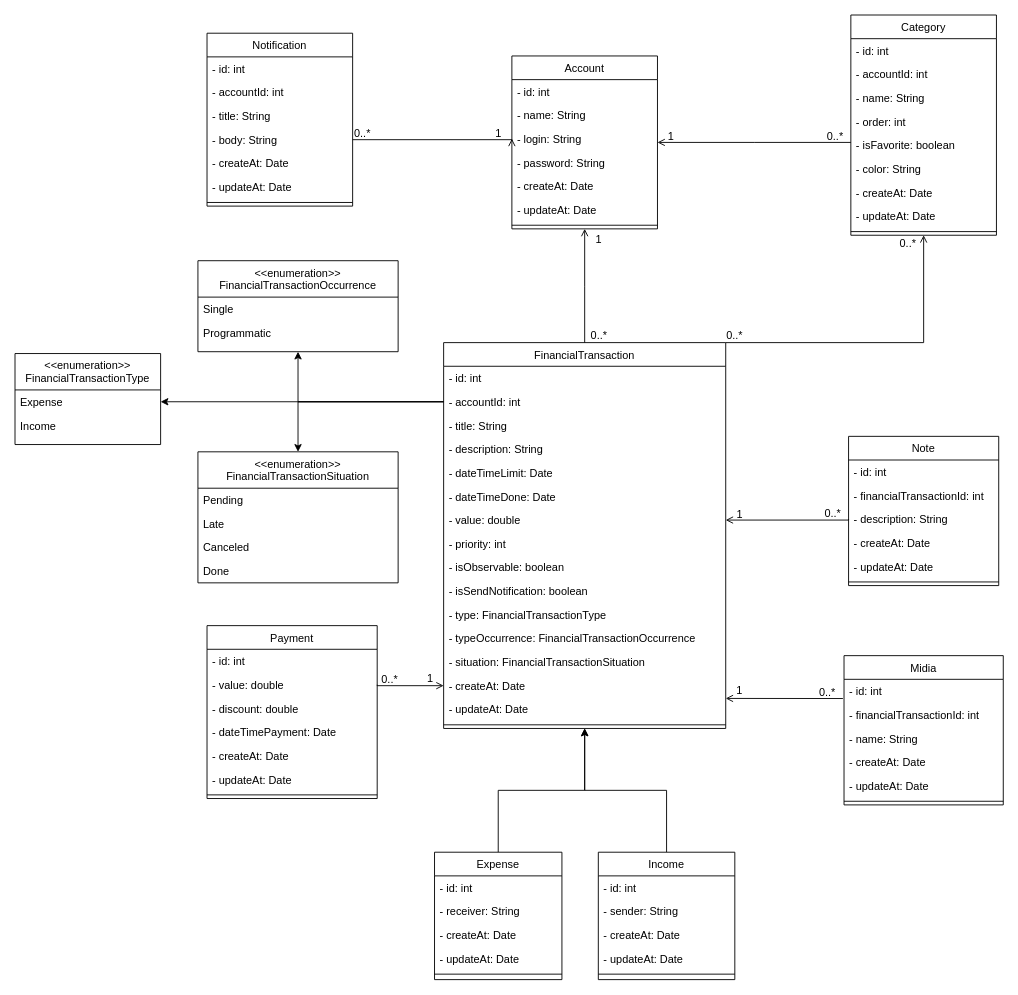
This is docs/class.diagram.drawio from Danrley-Ruan-Saquetti/esliph-finance, a draw.io file, before an edit. Source tidied: cells renumbered, new cells numbered last; positions are measured from the earlier drawing's top-left corner, leaving out a move shared by most shapes. Both pictures are drawn from the tidied source at 91%, with x=0, y=0 at pixel (15, 15).
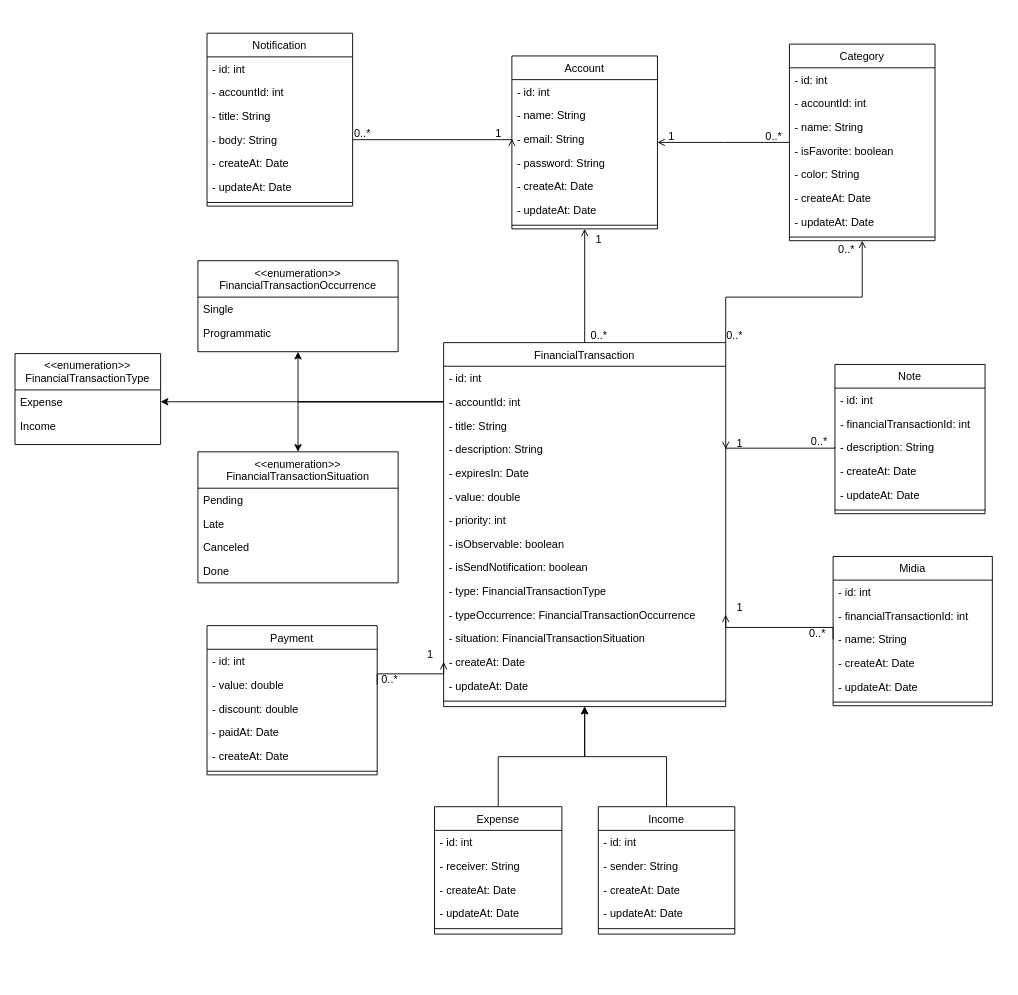
The same page after the edit.

The change refers to these unchanged cells:
```xml
<mxCell id="2" value="Account" style="swimlane;fontStyle=0;align=center;verticalAlign=top;horizontal=1;startSize=26;rounded=0;shadow=0;strokeWidth=1;" parent="1" vertex="1">
  <mxGeometry x="546" y="45" width="160" height="190" as="geometry" />
</mxCell>
<mxCell id="30" value="- description: String" style="text;align=left;verticalAlign=top;spacingLeft=4;spacingRight=4;overflow=hidden;points=[[0,0.5],[1,0.5]];portConstraint=eastwest;" parent="26" vertex="1">
  <mxGeometry y="104" width="310" height="26" as="geometry" />
</mxCell>
<mxCell id="76" value="- description: String" style="text;align=left;verticalAlign=top;spacingLeft=4;spacingRight=4;overflow=hidden;points=[[0,0.5],[1,0.5]];portConstraint=eastwest;" parent="73" vertex="1">
  <mxGeometry y="78" width="165" height="26" as="geometry" />
</mxCell>
<mxCell id="92" value="- id: int" style="text;align=left;verticalAlign=top;spacingLeft=4;spacingRight=4;overflow=hidden;points=[[0,0.5],[1,0.5]];portConstraint=eastwest;" parent="91" vertex="1">
  <mxGeometry y="26" width="175" height="26" as="geometry" />
</mxCell>
<mxCell id="94" value="- name: String" style="text;align=left;verticalAlign=top;spacingLeft=4;spacingRight=4;overflow=hidden;points=[[0,0.5],[1,0.5]];portConstraint=eastwest;" parent="91" vertex="1">
  <mxGeometry y="78" width="175" height="26" as="geometry" />
</mxCell>
```

The edit, as a diff of the source:
```diff
@@
-    <mxCell id="5" value="- login: String" style="text;align=left;verticalAlign=top;spacingLeft=4;spacingRight=4;overflow=hidden;points=[[0,0.5],[1,0.5]];portConstraint=eastwest;rounded=0;shadow=0;html=0;" parent="2" vertex="1">
+    <mxCell id="5" value="- email: String" style="text;align=left;verticalAlign=top;spacingLeft=4;spacingRight=4;overflow=hidden;points=[[0,0.5],[1,0.5]];portConstraint=eastwest;rounded=0;shadow=0;html=0;" parent="2" vertex="1">
       <mxGeometry y="78" width="160" height="26" as="geometry" />
     </mxCell>
@@
     <mxCell id="10" value="Category" style="swimlane;fontStyle=0;align=center;verticalAlign=top;horizontal=1;startSize=26;rounded=0;shadow=0;strokeWidth=1;" parent="1" vertex="1">
-      <mxGeometry x="918.5" width="160" height="242" as="geometry" />
+      <mxGeometry x="851" y="32" width="160" height="216" as="geometry" />
     </mxCell>
@@
-    <mxCell id="14" value="- order: int" style="text;align=left;verticalAlign=top;spacingLeft=4;spacingRight=4;overflow=hidden;" parent="10" vertex="1">
-      <mxGeometry y="104" width="160" height="26" as="geometry" />
-    </mxCell>
     <mxCell id="15" value="- isFavorite: boolean" style="text;align=left;verticalAlign=top;spacingLeft=4;spacingRight=4;overflow=hidden;" parent="10" vertex="1">
-      <mxGeometry y="130" width="160" height="26" as="geometry" />
+      <mxGeometry y="104" width="160" height="26" as="geometry" />
     </mxCell>
     <mxCell id="16" value="- color: String" style="text;align=left;verticalAlign=top;spacingLeft=4;spacingRight=4;overflow=hidden;" parent="10" vertex="1">
-      <mxGeometry y="156" width="160" height="26" as="geometry" />
+      <mxGeometry y="130" width="160" height="26" as="geometry" />
     </mxCell>
     <mxCell id="17" value="- createAt: Date" style="text;align=left;verticalAlign=top;spacingLeft=4;spacingRight=4;overflow=hidden;rounded=0;shadow=0;html=0;" parent="10" vertex="1">
-      <mxGeometry y="182" width="160" height="26" as="geometry" />
+      <mxGeometry y="156" width="160" height="26" as="geometry" />
     </mxCell>
     <mxCell id="18" value="- updateAt: Date" style="text;align=left;verticalAlign=top;spacingLeft=4;spacingRight=4;overflow=hidden;rounded=0;shadow=0;html=0;" parent="10" vertex="1">
-      <mxGeometry y="208" width="160" height="26" as="geometry" />
+      <mxGeometry y="182" width="160" height="26" as="geometry" />
     </mxCell>
     <mxCell id="19" style="line;html=1;strokeWidth=1;align=left;verticalAlign=middle;spacingTop=-1;spacingLeft=3;spacingRight=3;labelPosition=right;" parent="10" vertex="1">
-      <mxGeometry y="234" width="160" height="8" as="geometry" />
+      <mxGeometry y="208" width="160" height="8" as="geometry" />
     </mxCell>
@@
     <mxCell id="26" value="FinancialTransaction" style="swimlane;fontStyle=0;align=center;verticalAlign=top;horizontal=1;startSize=26;rounded=0;shadow=0;strokeWidth=1;" parent="1" vertex="1">
-      <mxGeometry x="471" y="360" width="310" height="424" as="geometry" />
+      <mxGeometry x="471" y="360" width="310" height="400" as="geometry" />
     </mxCell>
@@
-    <mxCell id="31" value="- dateTimeLimit: Date" style="text;align=left;verticalAlign=top;spacingLeft=4;spacingRight=4;overflow=hidden;" parent="26" vertex="1">
+    <mxCell id="31" value="- expiresIn: Date" style="text;align=left;verticalAlign=top;spacingLeft=4;spacingRight=4;overflow=hidden;" parent="26" vertex="1">
       <mxGeometry y="130" width="310" height="26" as="geometry" />
     </mxCell>
-    <mxCell id="32" value="- dateTimeDone: Date" style="text;align=left;verticalAlign=top;spacingLeft=4;spacingRight=4;overflow=hidden;" parent="26" vertex="1">
-      <mxGeometry y="156" width="310" height="26" as="geometry" />
-    </mxCell>
     <mxCell id="33" value="- value: double" style="text;align=left;verticalAlign=top;spacingLeft=4;spacingRight=4;overflow=hidden;points=[[0,0.5],[1,0.5]];portConstraint=eastwest;" parent="26" vertex="1">
-      <mxGeometry y="182" width="310" height="26" as="geometry" />
+      <mxGeometry y="156" width="310" height="26" as="geometry" />
     </mxCell>
     <mxCell id="34" value="- priority: int" style="text;align=left;verticalAlign=top;spacingLeft=4;spacingRight=4;overflow=hidden;" parent="26" vertex="1">
-      <mxGeometry y="208" width="310" height="26" as="geometry" />
+      <mxGeometry y="182" width="310" height="26" as="geometry" />
     </mxCell>
     <mxCell id="35" value="- isObservable: boolean" style="text;align=left;verticalAlign=top;spacingLeft=4;spacingRight=4;overflow=hidden;" parent="26" vertex="1">
-      <mxGeometry y="234" width="310" height="26" as="geometry" />
+      <mxGeometry y="208" width="310" height="26" as="geometry" />
     </mxCell>
     <mxCell id="36" value="- isSendNotification: boolean" style="text;align=left;verticalAlign=top;spacingLeft=4;spacingRight=4;overflow=hidden;" parent="26" vertex="1">
-      <mxGeometry y="260" width="310" height="26" as="geometry" />
+      <mxGeometry y="234" width="310" height="26" as="geometry" />
     </mxCell>
     <mxCell id="37" value="- type: FinancialTransactionType" style="text;align=left;verticalAlign=top;spacingLeft=4;spacingRight=4;overflow=hidden;" parent="26" vertex="1">
-      <mxGeometry y="286" width="310" height="26" as="geometry" />
+      <mxGeometry y="260" width="310" height="26" as="geometry" />
     </mxCell>
     <mxCell id="38" value="- typeOccurrence: FinancialTransactionOccurrence" style="text;align=left;verticalAlign=top;spacingLeft=4;spacingRight=4;overflow=hidden;points=[[0,0.5],[1,0.5]];portConstraint=eastwest;" parent="26" vertex="1">
-      <mxGeometry y="312" width="310" height="26" as="geometry" />
+      <mxGeometry y="286" width="310" height="26" as="geometry" />
     </mxCell>
     <mxCell id="39" value="- situation: FinancialTransactionSituation" style="text;align=left;verticalAlign=top;spacingLeft=4;spacingRight=4;overflow=hidden;" parent="26" vertex="1">
-      <mxGeometry y="338" width="310" height="26" as="geometry" />
+      <mxGeometry y="312" width="310" height="26" as="geometry" />
     </mxCell>
     <mxCell id="40" value="- createAt: Date" style="text;align=left;verticalAlign=top;spacingLeft=4;spacingRight=4;overflow=hidden;points=[[0,0.5],[1,0.5]];portConstraint=eastwest;rounded=0;shadow=0;html=0;" parent="26" vertex="1">
-      <mxGeometry y="364" width="310" height="26" as="geometry" />
+      <mxGeometry y="338" width="310" height="26" as="geometry" />
     </mxCell>
     <mxCell id="41" value="- updateAt: Date" style="text;align=left;verticalAlign=top;spacingLeft=4;spacingRight=4;overflow=hidden;rounded=0;shadow=0;html=0;" parent="26" vertex="1">
-      <mxGeometry y="390" width="310" height="26" as="geometry" />
+      <mxGeometry y="364" width="310" height="26" as="geometry" />
     </mxCell>
     <mxCell id="42" style="line;html=1;strokeWidth=1;align=left;verticalAlign=middle;spacingTop=-1;spacingLeft=3;spacingRight=3;labelPosition=right;" parent="26" vertex="1">
-      <mxGeometry y="416" width="310" height="8" as="geometry" />
+      <mxGeometry y="390" width="310" height="8" as="geometry" />
     </mxCell>
@@
     <mxCell id="55" value="Expense" style="swimlane;fontStyle=0;align=center;verticalAlign=top;horizontal=1;startSize=26;rounded=0;shadow=0;strokeWidth=1;" parent="1" vertex="1">
-      <mxGeometry x="461" y="920" width="140" height="140" as="geometry" />
+      <mxGeometry x="461" y="870" width="140" height="140" as="geometry" />
     </mxCell>
@@
     <mxCell id="62" value="Income" style="swimlane;fontStyle=0;align=center;verticalAlign=top;horizontal=1;startSize=26;rounded=0;shadow=0;strokeWidth=1;" parent="1" vertex="1">
-      <mxGeometry x="641" y="920" width="150" height="140" as="geometry" />
+      <mxGeometry x="641" y="870" width="150" height="140" as="geometry" />
     </mxCell>
@@
     <mxCell id="71" style="endArrow=open;shadow=0;strokeWidth=1;rounded=0;endFill=1;edgeStyle=elbowEdgeStyle;elbow=vertical;exitX=1;exitY=0;exitDx=0;exitDy=0;entryX=0.5;entryY=1;entryDx=0;entryDy=0;" parent="1" edge="1" source="26" target="10">
       <mxGeometry x="0.5" y="41" relative="1" as="geometry">
         <Array as="points">
-          <mxPoint x="881" y="360" />
+          <mxPoint x="861" y="310" />
         </Array>
         <mxPoint x="-40" y="32" as="offset" />
       </mxGeometry>
     </mxCell>
@@
     <mxCell id="73" value="Note" style="swimlane;fontStyle=0;align=center;verticalAlign=top;horizontal=1;startSize=26;rounded=0;shadow=0;strokeWidth=1;" parent="1" vertex="1">
-      <mxGeometry x="916" y="463" width="165" height="164" as="geometry" />
+      <mxGeometry x="901" y="384" width="165" height="164" as="geometry" />
     </mxCell>
@@
-    <mxCell id="80" style="endArrow=open;shadow=0;strokeWidth=1;rounded=0;endFill=1;edgeStyle=elbowEdgeStyle;elbow=vertical;exitX=0;exitY=0.5;exitDx=0;exitDy=0;entryX=1;entryY=0.5;entryDx=0;entryDy=0;" parent="1" edge="1" source="76" target="33">
+    <mxCell id="80" style="endArrow=open;shadow=0;strokeWidth=1;rounded=0;endFill=1;edgeStyle=elbowEdgeStyle;elbow=vertical;exitX=0;exitY=0.5;exitDx=0;exitDy=0;entryX=1;entryY=0.5;entryDx=0;entryDy=0;" parent="1" edge="1" source="76" target="30">
       <mxGeometry x="0.5" y="41" relative="1" as="geometry">
         <mxPoint x="-40" y="32" as="offset" />
       </mxGeometry>
     </mxCell>
@@
     <mxCell id="91" value="Midia" style="swimlane;fontStyle=0;align=center;verticalAlign=top;horizontal=1;startSize=26;rounded=0;shadow=0;strokeWidth=1;" parent="1" vertex="1">
-      <mxGeometry x="911" y="704" width="175" height="164" as="geometry" />
+      <mxGeometry x="899" y="595" width="175" height="164" as="geometry" />
     </mxCell>
@@
-    <mxCell id="98" style="endArrow=open;shadow=0;strokeWidth=1;rounded=0;endFill=1;edgeStyle=elbowEdgeStyle;elbow=vertical;exitX=-0.007;exitY=0.812;exitDx=0;exitDy=0;exitPerimeter=0;" parent="1" edge="1" source="92">
+    <mxCell id="98" style="endArrow=open;shadow=0;strokeWidth=1;rounded=0;endFill=1;edgeStyle=elbowEdgeStyle;elbow=vertical;exitX=0;exitY=0.5;exitDx=0;exitDy=0;entryX=1;entryY=0.5;entryDx=0;entryDy=0;" parent="1" edge="1" source="94" target="38">
       <mxGeometry x="0.5" y="41" relative="1" as="geometry">
-        <mxPoint x="781" y="751" as="targetPoint" />
         <mxPoint x="-40" y="32" as="offset" />
       </mxGeometry>
     </mxCell>
@@
     <mxCell id="105" value="Payment" style="swimlane;fontStyle=0;align=center;verticalAlign=top;horizontal=1;startSize=26;rounded=0;shadow=0;strokeWidth=1;" parent="1" vertex="1">
-      <mxGeometry x="211" y="671" width="187" height="190" as="geometry" />
+      <mxGeometry x="211" y="671" width="187" height="164" as="geometry" />
     </mxCell>
@@
-    <mxCell id="109" value="- dateTimePayment: Date" style="text;align=left;verticalAlign=top;spacingLeft=4;spacingRight=4;overflow=hidden;" parent="105" vertex="1">
+    <mxCell id="109" value="- paidAt: Date" style="text;align=left;verticalAlign=top;spacingLeft=4;spacingRight=4;overflow=hidden;" parent="105" vertex="1">
       <mxGeometry y="104" width="187" height="26" as="geometry" />
     </mxCell>
@@
-    <mxCell id="111" value="- updateAt: Date" style="text;align=left;verticalAlign=top;spacingLeft=4;spacingRight=4;overflow=hidden;rounded=0;shadow=0;html=0;" parent="105" vertex="1">
-      <mxGeometry y="156" width="187" height="26" as="geometry" />
-    </mxCell>
     <mxCell id="112" style="line;html=1;strokeWidth=1;align=left;verticalAlign=middle;spacingTop=-1;spacingLeft=3;spacingRight=3;labelPosition=right;" parent="105" vertex="1">
-      <mxGeometry y="182" width="187" height="8" as="geometry" />
+      <mxGeometry y="156" width="187" height="8" as="geometry" />
     </mxCell>
```
